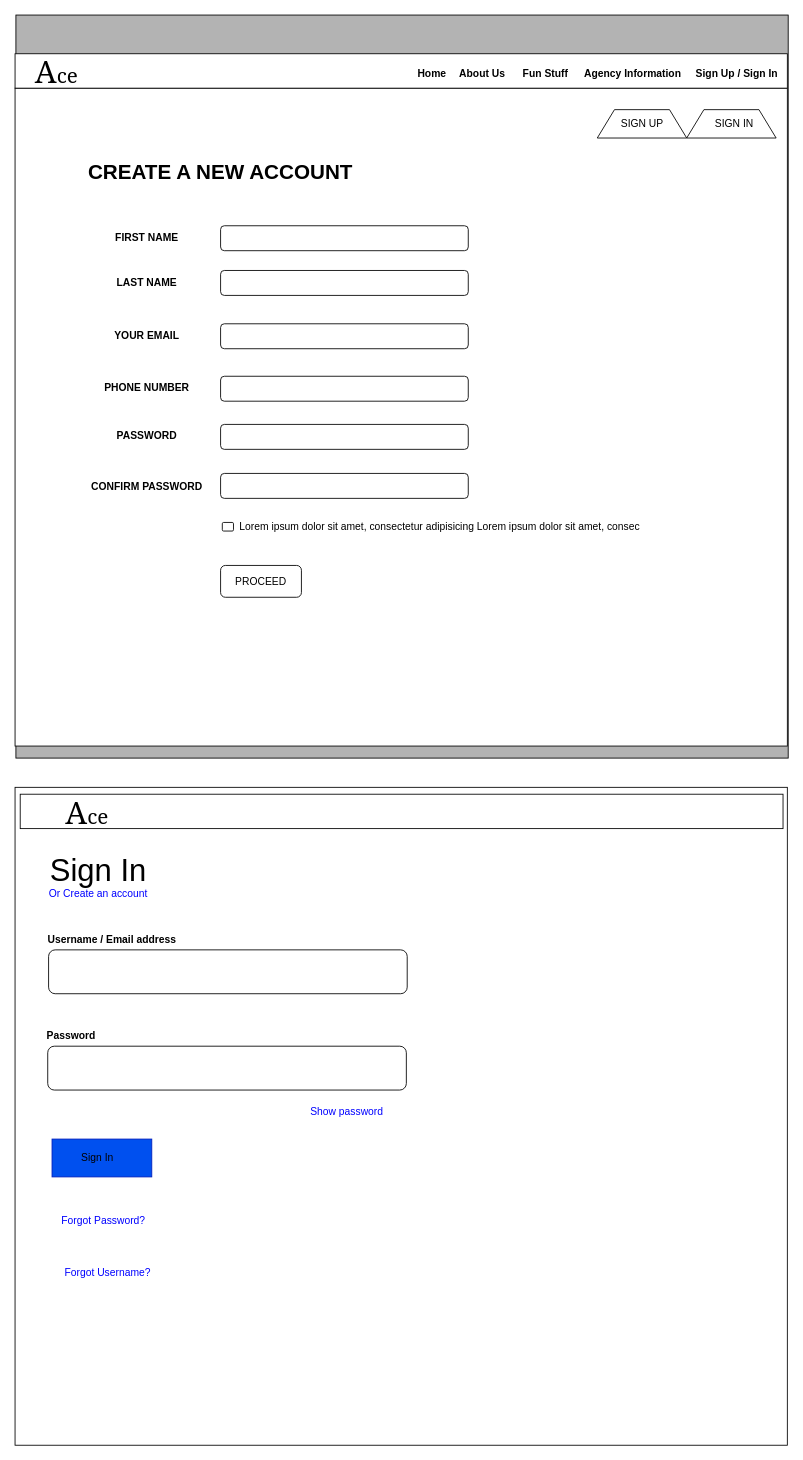
Above: registration.drawio in opeyemi-jonah/Ace-challenge (draw.io), before the change. Source tidied: cells renumbered, new cells numbered last; positions are measured from the earlier drawing's top-left corner, leaving out a move shared by most shapes. Both pictures are drawn from the tidied source at 86%, with x=0, y=0 at pixel (15, 15).
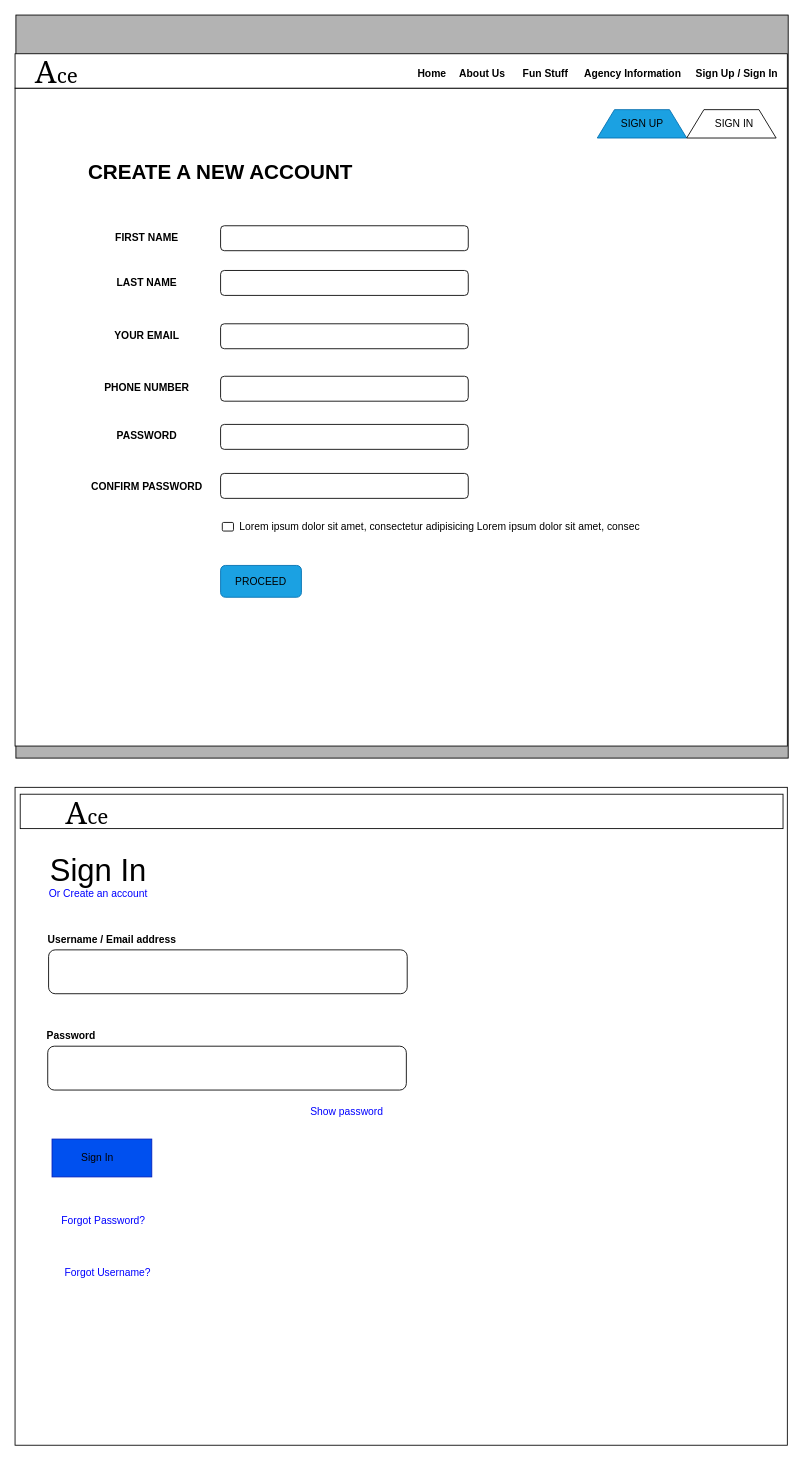
Above is the later version.

The edit, as a diff of the source:
```diff
@@
-    <mxCell id="20" style="rounded=1;whiteSpace=wrap;html=1;fillColor=#FFFFFF;" parent="1" vertex="1">
+    <mxCell id="20" style="rounded=1;whiteSpace=wrap;html=1;fillColor=#1ba1e2;strokeColor=#006EAF;fontColor=#ffffff;" parent="1" vertex="1">
       <mxGeometry x="239" y="640" width="94" height="37" as="geometry" />
     </mxCell>
@@
-    <mxCell id="22" style="shape=trapezoid;perimeter=trapezoidPerimeter;whiteSpace=wrap;html=1;fixedSize=1;fillColor=#FFFFFF;" parent="1" vertex="1">
+    <mxCell id="22" style="shape=trapezoid;perimeter=trapezoidPerimeter;whiteSpace=wrap;html=1;fixedSize=1;fillColor=#1ba1e2;strokeColor=#006EAF;fontColor=#ffffff;" parent="1" vertex="1">
       <mxGeometry x="677" y="110" width="104" height="33" as="geometry" />
     </mxCell>
```
